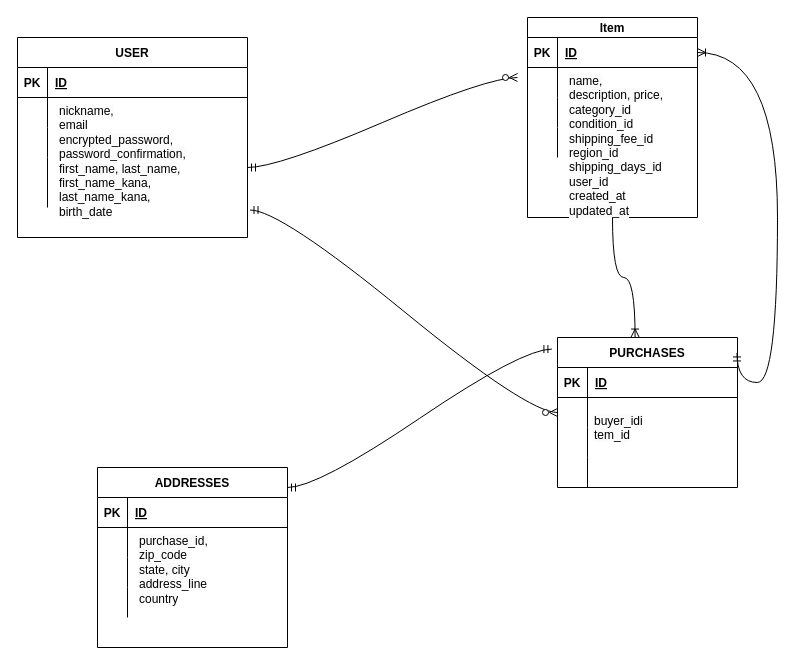
Above: furima.dio in Iwanttomorrowtocome/furima-41479 (draw.io), before the change. Source tidied: cells renumbered, new cells numbered last; positions are measured from the earlier drawing's top-left corner, leaving out a move shared by most shapes. Both pictures are drawn from the tidied source at 100%, with x=0, y=0 at pixel (17, 17).
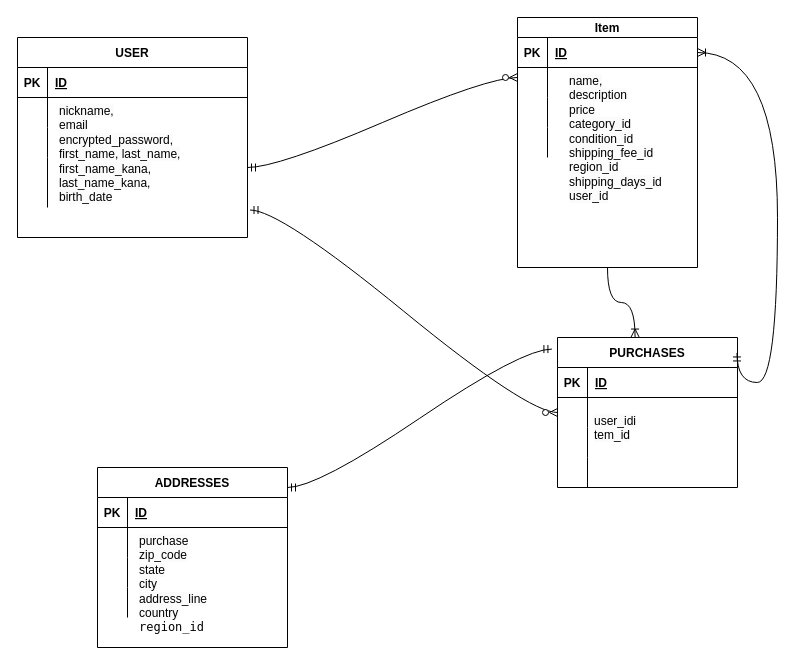
The same diagram, later.

The edit, as a diff of the source:
```diff
@@
     <mxCell id="41" value="Item" style="shape=table;startSize=20;childLayout=tableLayout;rowLines=0;fontStyle=1;align=center;" parent="1" vertex="1">
-      <mxGeometry x="510" width="170" height="200" as="geometry" />
+      <mxGeometry x="500" width="180" height="250" as="geometry" />
     </mxCell>
     <mxCell id="42" style="shape=tableRow;horizontal=0;startSize=0;swimlaneHead=0;swimlaneBody=0;fillColor=none;points=[[0,0.5],[1,0.5]];portConstraint=eastwest;top=0;left=0;right=0;bottom=1;" parent="41" vertex="1">
-      <mxGeometry y="20" width="170" height="30" as="geometry" />
+      <mxGeometry y="20" width="180" height="30" as="geometry" />
     </mxCell>
@@
     <mxCell id="44" value="ID" style="shape=partialRectangle;fillColor=none;top=0;left=0;bottom=0;right=0;align=left;spacingLeft=6;fontStyle=5;overflow=hidden;" parent="42" vertex="1">
-      <mxGeometry x="30" width="140" height="30" as="geometry" />
+      <mxGeometry x="30" width="150" height="30" as="geometry" />
     </mxCell>
     <mxCell id="45" style="shape=tableRow;horizontal=0;startSize=0;swimlaneHead=0;swimlaneBody=0;fillColor=none;top=0;left=0;right=0;bottom=0;" parent="41" vertex="1">
-      <mxGeometry y="50" width="170" height="30" as="geometry" />
+      <mxGeometry y="50" width="180" height="30" as="geometry" />
     </mxCell>
@@
     <mxCell id="47" style="shape=partialRectangle;fillColor=none;top=0;left=0;bottom=0;right=0;align=left;spacingLeft=6;overflow=hidden;" parent="45" vertex="1">
-      <mxGeometry x="30" width="140" height="30" as="geometry" />
+      <mxGeometry x="30" width="150" height="30" as="geometry" />
     </mxCell>
     <mxCell id="48" style="shape=tableRow;horizontal=0;startSize=0;swimlaneHead=0;swimlaneBody=0;fillColor=none;top=0;left=0;right=0;bottom=0;" parent="41" vertex="1">
-      <mxGeometry y="80" width="170" height="30" as="geometry" />
+      <mxGeometry y="80" width="180" height="30" as="geometry" />
     </mxCell>
@@
     <mxCell id="50" style="shape=partialRectangle;fillColor=none;top=0;left=0;bottom=0;right=0;align=left;spacingLeft=6;overflow=hidden;" parent="48" vertex="1">
-      <mxGeometry x="30" width="140" height="30" as="geometry" />
+      <mxGeometry x="30" width="150" height="30" as="geometry" />
     </mxCell>
     <mxCell id="51" style="shape=tableRow;horizontal=0;startSize=0;swimlaneHead=0;swimlaneBody=0;fillColor=none;top=0;left=0;right=0;bottom=0;" parent="41" vertex="1">
-      <mxGeometry y="110" width="170" height="30" as="geometry" />
+      <mxGeometry y="110" width="180" height="30" as="geometry" />
     </mxCell>
@@
     <mxCell id="53" style="shape=partialRectangle;fillColor=none;top=0;left=0;bottom=0;right=0;align=left;spacingLeft=6;overflow=hidden;" parent="51" vertex="1">
-      <mxGeometry x="30" width="140" height="30" as="geometry" />
+      <mxGeometry x="30" width="150" height="30" as="geometry" />
     </mxCell>
-    <mxCell id="54" value="&lt;span style=&quot;color: rgb(0, 0, 0); font-family: Helvetica; font-size: 12px; font-style: normal; font-variant-ligatures: normal; font-variant-caps: normal; font-weight: 400; letter-spacing: normal; orphans: 2; text-align: left; text-indent: 0px; text-transform: none; widows: 2; word-spacing: 0px; -webkit-text-stroke-width: 0px; background-color: rgb(251, 251, 251); text-decoration-thickness: initial; text-decoration-style: initial; text-decoration-color: initial; float: none; display: inline !important;&quot;&gt;nickname,&lt;br&gt;email&lt;br&gt;encrypted_password, password_confirmation, first_name, last_name, first_name_kana, last_name_kana, birth_date&lt;/span&gt;" style="text;whiteSpace=wrap;html=1;" parent="1" vertex="1">
+    <mxCell id="54" value="&lt;span style=&quot;color: rgb(0, 0, 0); font-family: Helvetica; font-size: 12px; font-style: normal; font-variant-ligatures: normal; font-variant-caps: normal; font-weight: 400; letter-spacing: normal; orphans: 2; text-align: left; text-indent: 0px; text-transform: none; widows: 2; word-spacing: 0px; -webkit-text-stroke-width: 0px; background-color: rgb(251, 251, 251); text-decoration-thickness: initial; text-decoration-style: initial; text-decoration-color: initial; float: none; display: inline !important;&quot;&gt;nickname,&lt;br&gt;email&lt;br&gt;encrypted_password, first_name, last_name, first_name_kana, last_name_kana, birth_date&lt;/span&gt;" style="text;whiteSpace=wrap;html=1;" parent="1" vertex="1">
       <mxGeometry x="40" y="80" width="150" height="120" as="geometry" />
     </mxCell>
-    <mxCell id="55" value="&lt;span style=&quot;color: rgb(0, 0, 0); font-family: Helvetica; font-size: 12px; font-style: normal; font-variant-ligatures: normal; font-variant-caps: normal; font-weight: 400; letter-spacing: normal; orphans: 2; text-align: left; text-indent: 0px; text-transform: none; widows: 2; word-spacing: 0px; -webkit-text-stroke-width: 0px; background-color: rgb(251, 251, 251); text-decoration-thickness: initial; text-decoration-style: initial; text-decoration-color: initial; float: none; display: inline !important;&quot;&gt;name,&lt;br&gt;description, price,&lt;br&gt;category_id&lt;br&gt;condition_id&lt;br&gt;shipping_fee_id&lt;br&gt;region_id&lt;br&gt;shipping_days_id&lt;br&gt;user_id&lt;br&gt;created_at&lt;br&gt;updated_at&lt;/span&gt;" style="text;whiteSpace=wrap;html=1;" parent="1" vertex="1">
-      <mxGeometry x="550" y="50" width="180" height="140" as="geometry" />
+    <mxCell id="55" value="&lt;span style=&quot;color: rgb(0, 0, 0); font-family: Helvetica; font-size: 12px; font-style: normal; font-variant-ligatures: normal; font-variant-caps: normal; font-weight: 400; letter-spacing: normal; orphans: 2; text-align: left; text-indent: 0px; text-transform: none; widows: 2; word-spacing: 0px; -webkit-text-stroke-width: 0px; background-color: rgb(251, 251, 251); text-decoration-thickness: initial; text-decoration-style: initial; text-decoration-color: initial; float: none; display: inline !important;&quot;&gt;name,&lt;br&gt;description&lt;br&gt;price&lt;br&gt;category_id&lt;br&gt;condition_id&lt;br&gt;shipping_fee_id&lt;br&gt;region_id&lt;br&gt;shipping_days_id&lt;br&gt;user_id&lt;br&gt;&lt;br&gt;&lt;/span&gt;" style="text;whiteSpace=wrap;html=1;" parent="1" vertex="1">
+      <mxGeometry x="550" y="50" width="120" height="140" as="geometry" />
     </mxCell>
-    <mxCell id="56" value="&lt;span style=&quot;color: rgb(0, 0, 0); font-family: Helvetica; font-size: 12px; font-style: normal; font-variant-ligatures: normal; font-variant-caps: normal; font-weight: 400; letter-spacing: normal; orphans: 2; text-align: left; text-indent: 0px; text-transform: none; widows: 2; word-spacing: 0px; -webkit-text-stroke-width: 0px; background-color: rgb(251, 251, 251); text-decoration-thickness: initial; text-decoration-style: initial; text-decoration-color: initial; float: none; display: inline !important;&quot;&gt;buyer_idi&lt;br&gt;tem_id&lt;/span&gt;" style="text;whiteSpace=wrap;html=1;" parent="1" vertex="1">
+    <mxCell id="56" value="&lt;span style=&quot;color: rgb(0, 0, 0); font-family: Helvetica; font-size: 12px; font-style: normal; font-variant-ligatures: normal; font-variant-caps: normal; font-weight: 400; letter-spacing: normal; orphans: 2; text-align: left; text-indent: 0px; text-transform: none; widows: 2; word-spacing: 0px; -webkit-text-stroke-width: 0px; background-color: rgb(251, 251, 251); text-decoration-thickness: initial; text-decoration-style: initial; text-decoration-color: initial; float: none; display: inline !important;&quot;&gt;user_idi&lt;br&gt;tem_id&lt;/span&gt;" style="text;whiteSpace=wrap;html=1;" parent="1" vertex="1">
       <mxGeometry x="575" y="390" width="100" height="40" as="geometry" />
     </mxCell>
-    <mxCell id="57" value="&lt;span style=&quot;color: rgb(0, 0, 0); font-family: Helvetica; font-size: 12px; font-style: normal; font-variant-ligatures: normal; font-variant-caps: normal; font-weight: 400; letter-spacing: normal; orphans: 2; text-align: left; text-indent: 0px; text-transform: none; widows: 2; word-spacing: 0px; -webkit-text-stroke-width: 0px; background-color: rgb(251, 251, 251); text-decoration-thickness: initial; text-decoration-style: initial; text-decoration-color: initial; float: none; display: inline !important;&quot;&gt;purchase_id,&lt;br&gt;zip_code&lt;br&gt;state, city&lt;br&gt;address_line&lt;br&gt;country&lt;/span&gt;" style="text;whiteSpace=wrap;html=1;" parent="1" vertex="1">
-      <mxGeometry x="120" y="510" width="100" height="100" as="geometry" />
+    <mxCell id="57" value="&lt;span style=&quot;color: rgb(0, 0, 0); font-family: Helvetica; font-size: 12px; font-style: normal; font-variant-ligatures: normal; font-variant-caps: normal; font-weight: 400; letter-spacing: normal; orphans: 2; text-align: left; text-indent: 0px; text-transform: none; widows: 2; word-spacing: 0px; -webkit-text-stroke-width: 0px; background-color: rgb(251, 251, 251); text-decoration-thickness: initial; text-decoration-style: initial; text-decoration-color: initial; float: none; display: inline !important;&quot;&gt;purchase&lt;br&gt;zip_code&lt;br&gt;state&lt;br&gt;city&lt;br&gt;address_line&lt;br&gt;country&lt;br&gt;&lt;span style=&quot;font-family: Menlo, Monaco, &amp;quot;Courier New&amp;quot;, monospace; background-color: rgb(255, 255, 255);&quot;&gt;region_id&lt;/span&gt;&lt;br&gt;&lt;br&gt;&lt;/span&gt;" style="text;whiteSpace=wrap;html=1;" parent="1" vertex="1">
+      <mxGeometry x="120" y="510" width="100" height="110" as="geometry" />
     </mxCell>
```
